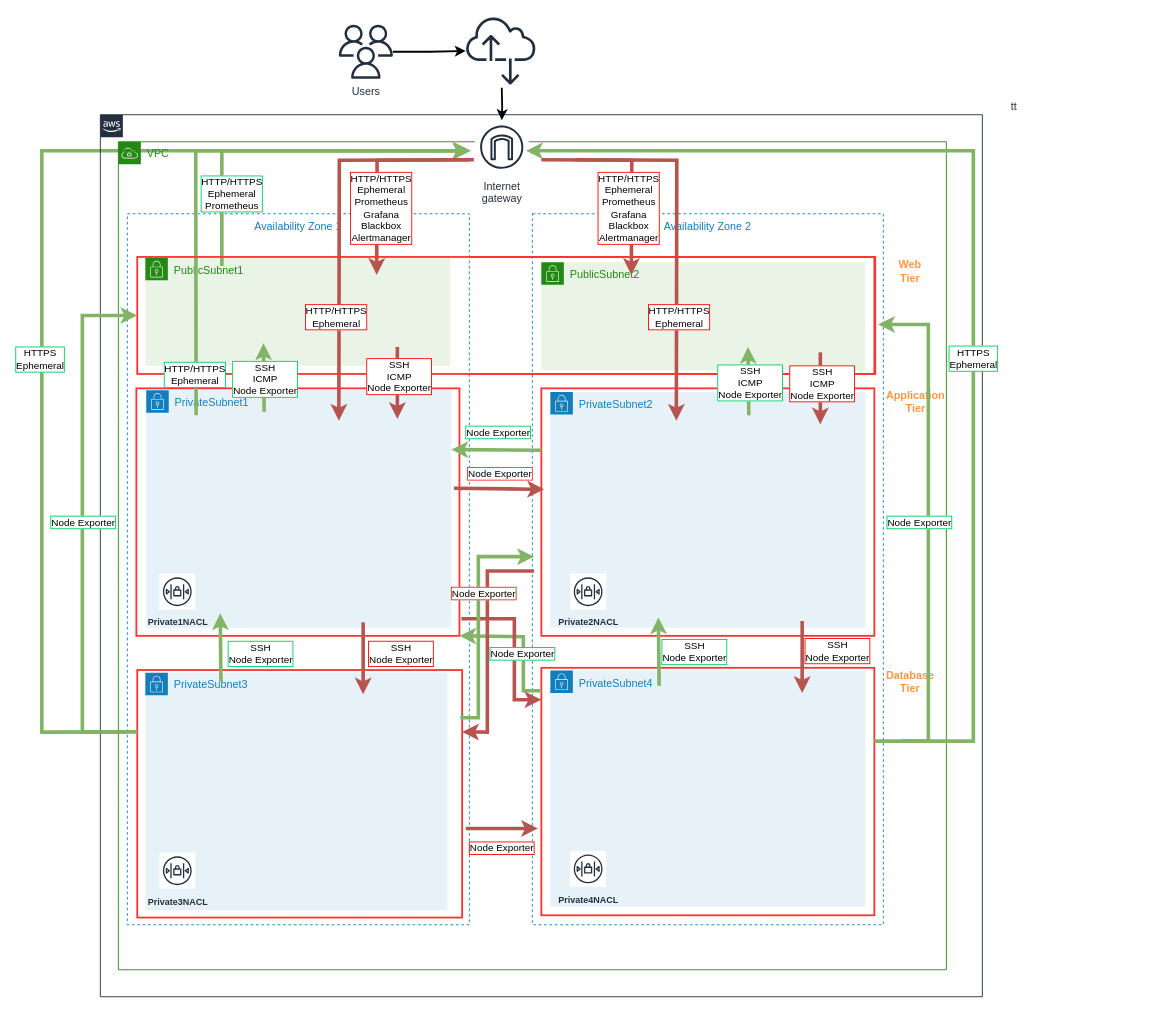
The draw.io diagram aws-iac/AWSInfraPort.drawio in blro-ep/ITCNE23-SEM-I, before the edit. Source tidied: cells renumbered, new cells numbered last; positions are measured from the earlier drawing's top-left corner, leaving out a move shared by most shapes. Both pictures are drawn from the tidied source at 90%, with x=0, y=0 at pixel (41, 15).
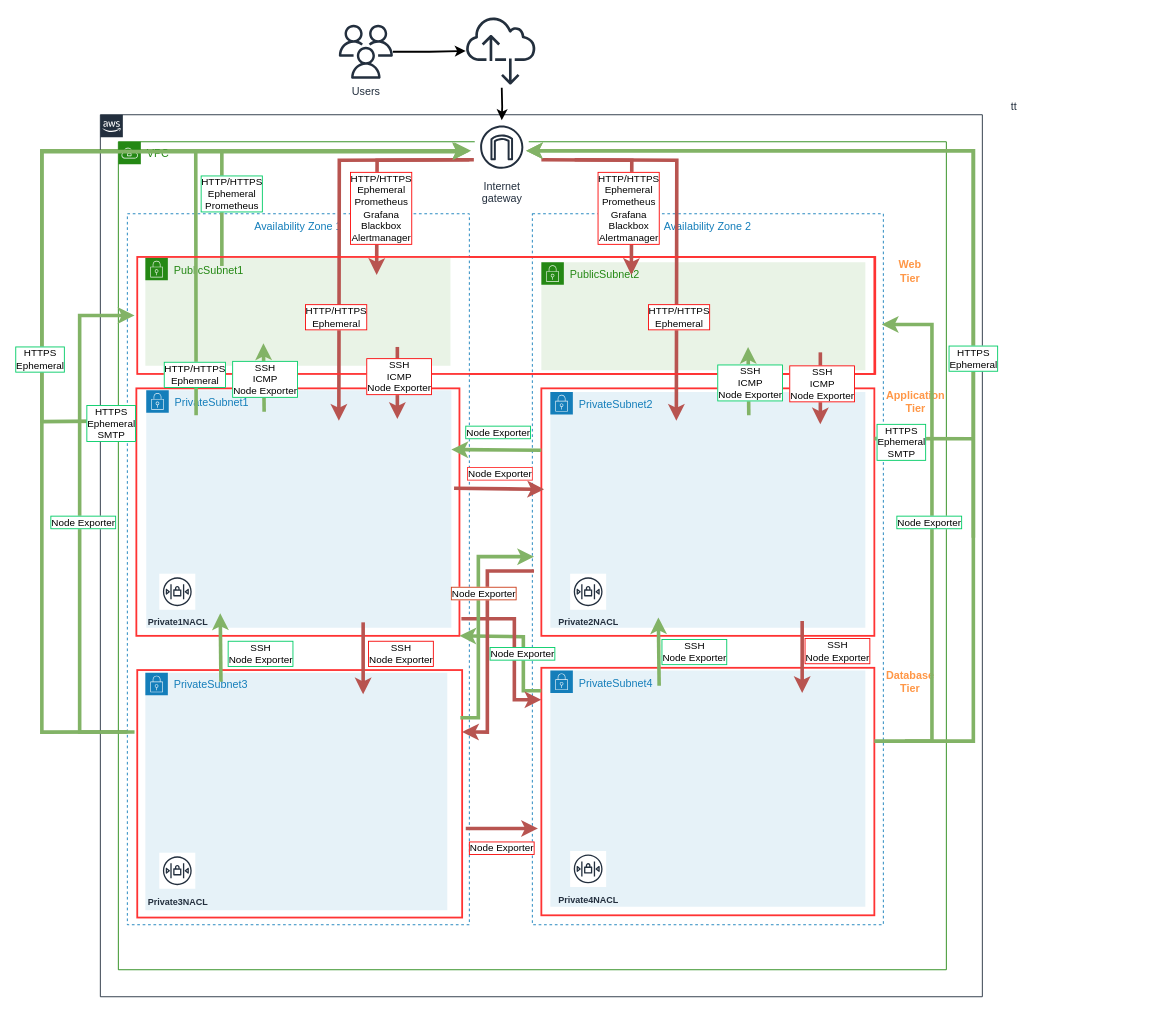
Above is the later version.

Unchanged cells that the change refers to:
```xml
<mxCell id="9" style="rounded=0;whiteSpace=wrap;html=1;strokeColor=#FF3333;strokeWidth=2;fillColor=none;" parent="1" vertex="1">
  <mxGeometry x="106" y="727" width="361" height="275" as="geometry" />
</mxCell>
<mxCell id="71" value="&lt;p style=&quot;line-height: 0%;&quot;&gt;&lt;br&gt;&lt;/p&gt;" style="rounded=0;whiteSpace=wrap;html=1;strokeColor=#FF3333;strokeWidth=2;fillColor=none;labelPosition=right;verticalLabelPosition=top;align=left;verticalAlign=bottom;fontColor=default;" parent="1" vertex="1">
  <mxGeometry x="106" y="268" width="820" height="130" as="geometry" />
</mxCell>
```

What changed in the source:
```diff
@@
-    <mxCell id="39" style="endArrow=classic;html=1;rounded=0;exitX=0;exitY=0.25;exitDx=0;exitDy=0;strokeColor=#82b366;fillColor=#d5e8d4;strokeWidth=4;entryX=0;entryY=0.5;entryDx=0;entryDy=0;" parent="1" edge="1" source="9" target="71">
+    <mxCell id="39" style="endArrow=classic;html=1;rounded=0;exitX=0;exitY=0.25;exitDx=0;exitDy=0;strokeColor=#82b366;fillColor=#d5e8d4;strokeWidth=4;entryX=0;entryY=0.5;entryDx=0;entryDy=0;" parent="1" edge="1">
       <mxGeometry x="-1" y="185" relative="1" as="geometry">
+        <mxPoint x="103" y="795.8" as="sourcePoint" />
+        <mxPoint x="103" y="333" as="targetPoint" />
         <Array as="points">
-          <mxPoint x="45" y="796" />
-          <mxPoint x="45" y="570" />
-          <mxPoint x="45" y="333" />
+          <mxPoint x="42" y="796" />
+          <mxPoint x="42" y="570" />
+          <mxPoint x="42" y="333" />
         </Array>
         <mxPoint x="1" y="14" as="offset" />
       </mxGeometry>
     </mxCell>
@@
-    <mxCell id="51" value="HTTPS&lt;br&gt;Ephemeral" style="edgeLabel;html=1;align=center;verticalAlign=middle;fontColor=#000000;labelBorderColor=#00CC66;" parent="1" vertex="1">
-      <mxGeometry x="198.5" y="269" as="geometry">
-        <mxPoint x="-201" y="112" as="offset" />
-      </mxGeometry>
-    </mxCell>
@@
-    <mxCell id="59" style="endArrow=classic;html=1;rounded=0;strokeColor=#82b366;fillColor=#d5e8d4;strokeWidth=4;entryX=1.004;entryY=0.577;entryDx=0;entryDy=0;entryPerimeter=0;" parent="1" edge="1" target="71">
+    <mxCell id="59" style="endArrow=classic;html=1;rounded=0;strokeColor=#82b366;fillColor=#d5e8d4;strokeWidth=4;entryX=1.004;entryY=0.577;entryDx=0;entryDy=0;entryPerimeter=0;" parent="1" edge="1">
       <mxGeometry x="-1" y="185" relative="1" as="geometry">
-        <mxPoint x="955" y="806" as="sourcePoint" />
+        <mxPoint x="959" y="806" as="sourcePoint" />
+        <mxPoint x="933.3" y="343" as="targetPoint" />
         <Array as="points">
-          <mxPoint x="985" y="806" />
-          <mxPoint x="985" y="343" />
+          <mxPoint x="989" y="806" />
+          <mxPoint x="989" y="343" />
         </Array>
         <mxPoint x="1" y="14" as="offset" />
       </mxGeometry>
     </mxCell>
@@
-    <mxCell id="68" value="HTTPS&lt;br&gt;Ephemeral" style="edgeLabel;html=1;align=center;verticalAlign=middle;fontColor=#000000;labelBorderColor=#00CC66;" parent="1" vertex="1">
-      <mxGeometry x="1235" y="268" as="geometry">
-        <mxPoint x="-201" y="112" as="offset" />
-      </mxGeometry>
-    </mxCell>
     <mxCell id="69" value="Node Exporter" style="edgeLabel;html=1;align=center;verticalAlign=middle;fontColor=#000000;labelBorderColor=#00CC66;" parent="1" vertex="1">
-      <mxGeometry x="1175" y="450" as="geometry">
+      <mxGeometry x="1186" y="450" as="geometry">
         <mxPoint x="-201" y="112" as="offset" />
       </mxGeometry>
     </mxCell>
@@
+    <mxCell id="79" style="endArrow=classic;html=1;rounded=0;strokeColor=#82b366;fillColor=#d5e8d4;strokeWidth=4;entryX=0.95;entryY=0.567;entryDx=0;entryDy=0;entryPerimeter=0;exitX=1;exitY=0.329;exitDx=0;exitDy=0;exitPerimeter=0;" parent="1" edge="1">
+      <mxGeometry x="-1" y="185" relative="1" as="geometry">
+        <mxPoint x="925" y="469.9" as="sourcePoint" />
+        <mxPoint x="538" y="150" as="targetPoint" />
+        <Array as="points">
+          <mxPoint x="1035" y="470" />
+          <mxPoint x="1035" y="580" />
+          <mxPoint x="1035" y="150" />
+        </Array>
+        <mxPoint x="1" y="14" as="offset" />
+      </mxGeometry>
+    </mxCell>
+    <mxCell id="68" value="HTTPS&lt;br&gt;Ephemeral" style="edgeLabel;html=1;align=center;verticalAlign=middle;fontColor=#000000;labelBorderColor=#00CC66;" parent="1" vertex="1">
+      <mxGeometry x="1235" y="268" as="geometry">
+        <mxPoint x="-201" y="112" as="offset" />
+      </mxGeometry>
+    </mxCell>
+    <mxCell id="80" value="HTTPS&lt;br&gt;Ephemeral&lt;br&gt;SMTP" style="edgeLabel;html=1;align=center;verticalAlign=middle;fontColor=#000000;labelBorderColor=#00CC66;" parent="1" vertex="1">
+      <mxGeometry x="1155" y="361" as="geometry">
+        <mxPoint x="-201" y="112" as="offset" />
+      </mxGeometry>
+    </mxCell>
+    <mxCell id="81" style="endArrow=classic;html=1;rounded=0;strokeColor=#82b366;fillColor=#d5e8d4;strokeWidth=4;exitX=0.006;exitY=0.164;exitDx=0;exitDy=0;exitPerimeter=0;" parent="1" edge="1">
+      <mxGeometry x="-1" y="185" relative="1" as="geometry">
+        <mxPoint x="97.2" y="450.1" as="sourcePoint" />
+        <mxPoint x="475" y="151" as="targetPoint" />
+        <Array as="points">
+          <mxPoint y="451" />
+          <mxPoint y="151" />
+        </Array>
+        <mxPoint x="1" y="14" as="offset" />
+      </mxGeometry>
+    </mxCell>
+    <mxCell id="51" value="HTTPS&lt;br&gt;Ephemeral" style="edgeLabel;html=1;align=center;verticalAlign=middle;fontColor=#000000;labelBorderColor=#00CC66;" parent="1" vertex="1">
+      <mxGeometry x="198.5" y="269" as="geometry">
+        <mxPoint x="-201" y="112" as="offset" />
+      </mxGeometry>
+    </mxCell>
+    <mxCell id="82" value="HTTPS&lt;br&gt;Ephemeral&lt;br&gt;SMTP" style="edgeLabel;html=1;align=center;verticalAlign=middle;fontColor=#000000;labelBorderColor=#00CC66;" parent="1" vertex="1">
+      <mxGeometry x="277" y="340" as="geometry">
+        <mxPoint x="-201" y="112" as="offset" />
+      </mxGeometry>
+    </mxCell>
```
